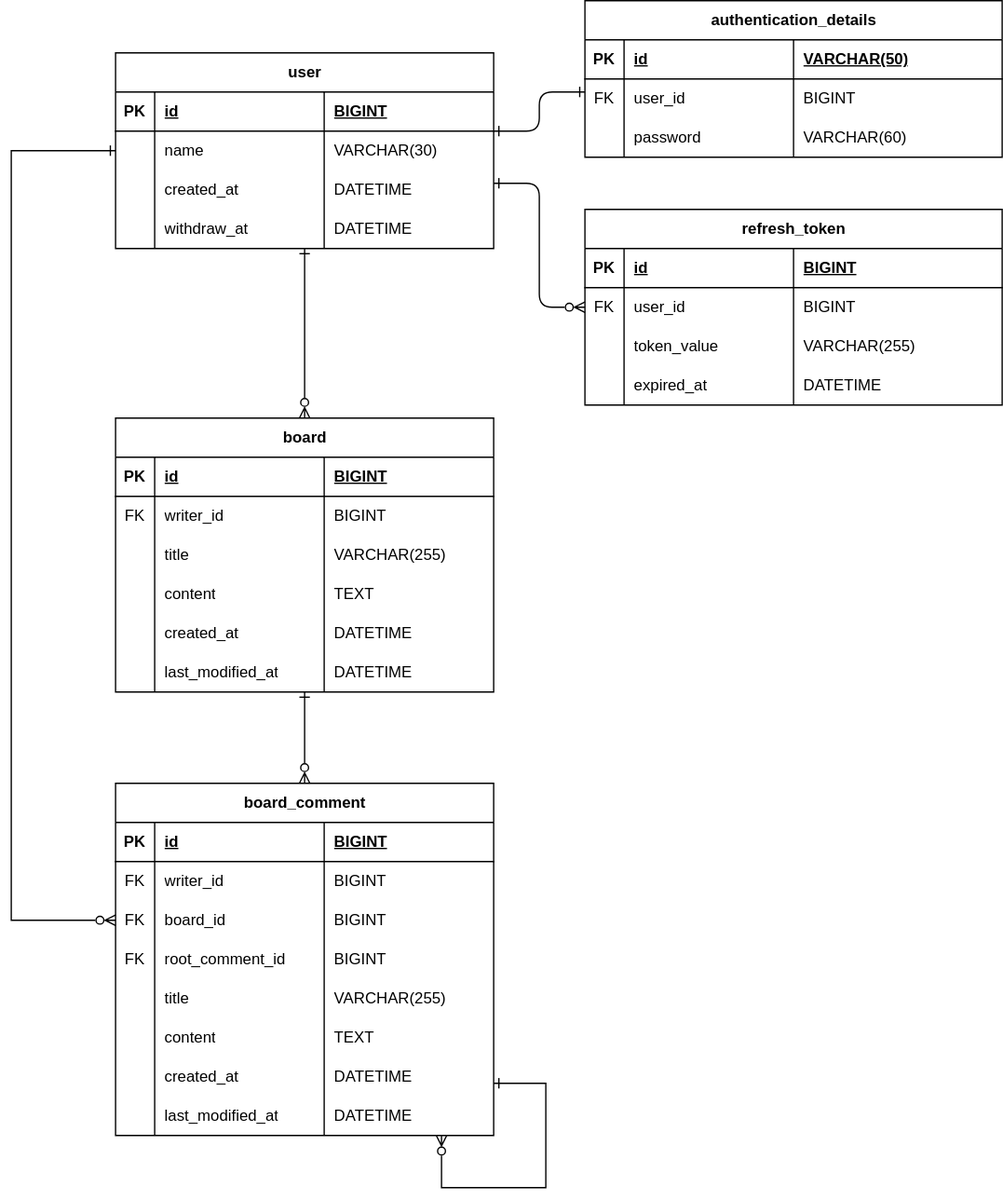
This is docs/erd.svg from Jeongyounghyeon/expandable-application, a draw.io export, as it was before one commit. Source tidied: cells renumbered, new cells last; positions are measured from the earlier drawing's top-left corner, leaving out a move shared by most shapes.
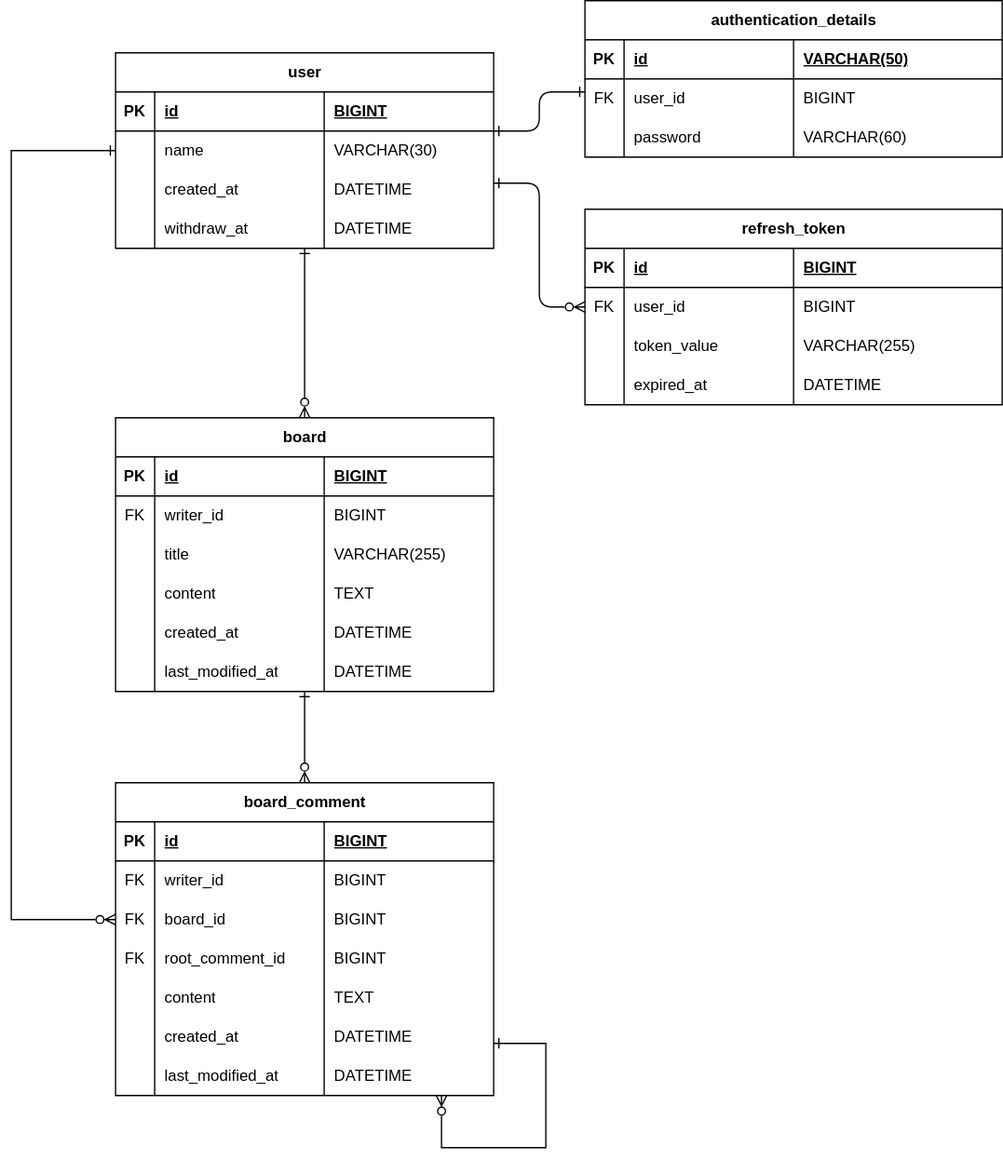
After the change.

Commit message:
feat: 댓글 테이블 제목 컬럼 제거

What changed in the source:
```diff
@@ -238,7 +238,7 @@
       <mxGeometry x="160" width="130" height="30" as="geometry" />
     </mxCell>
     <mxCell id="77" value="board_comment" style="shape=table;startSize=30;rowLines=0;fontStyle=1;align=center;html=1;" parent="1" vertex="1">
-      <mxGeometry x="80" y="600" width="290" height="270" as="geometry" />
+      <mxGeometry x="80" y="600" width="290" height="240" as="geometry" />
     </mxCell>
     <mxCell id="78" style="shape=tableRow;horizontal=0;startSize=0;swimlaneHead=0;swimlaneBody=0;fillColor=none;top=0;left=0;right=0;bottom=1;" parent="77" vertex="1">
       <mxGeometry y="30" width="290" height="30" as="geometry" />
@@ -288,20 +288,8 @@
     <mxCell id="93" value="BIGINT" style="shape=partialRectangle;fillColor=none;top=0;left=0;bottom=0;right=0;align=left;spacingLeft=6;overflow=hidden;whiteSpace=wrap;html=1;" parent="90" vertex="1">
       <mxGeometry x="160" width="130" height="30" as="geometry" />
     </mxCell>
-    <mxCell id="94" style="shape=tableRow;horizontal=0;startSize=0;swimlaneHead=0;swimlaneBody=0;fillColor=none;top=0;left=0;right=0;bottom=0;" parent="77" vertex="1">
-      <mxGeometry y="150" width="290" height="30" as="geometry" />
-    </mxCell>
-    <mxCell id="95" style="shape=partialRectangle;fillColor=none;top=0;left=0;bottom=0;right=0;overflow=hidden;whiteSpace=wrap;html=1;" parent="94" vertex="1">
-      <mxGeometry width="30" height="30" as="geometry" />
-    </mxCell>
-    <mxCell id="96" value="title" style="shape=partialRectangle;fillColor=none;top=0;left=0;bottom=0;right=0;align=left;spacingLeft=6;overflow=hidden;whiteSpace=wrap;html=1;" parent="94" vertex="1">
-      <mxGeometry x="30" width="130" height="30" as="geometry" />
-    </mxCell>
-    <mxCell id="97" value="VARCHAR(255)" style="shape=partialRectangle;fillColor=none;top=0;left=0;bottom=0;right=0;align=left;spacingLeft=6;overflow=hidden;whiteSpace=wrap;html=1;" parent="94" vertex="1">
-      <mxGeometry x="160" width="130" height="30" as="geometry" />
-    </mxCell>
     <mxCell id="98" style="shape=tableRow;horizontal=0;startSize=0;swimlaneHead=0;swimlaneBody=0;fillColor=none;top=0;left=0;right=0;bottom=0;" parent="77" vertex="1">
-      <mxGeometry y="180" width="290" height="30" as="geometry" />
+      <mxGeometry y="150" width="290" height="30" as="geometry" />
     </mxCell>
     <mxCell id="99" style="shape=partialRectangle;fillColor=none;top=0;left=0;bottom=0;right=0;overflow=hidden;whiteSpace=wrap;html=1;" parent="98" vertex="1">
       <mxGeometry width="30" height="30" as="geometry" />
@@ -313,7 +301,7 @@
       <mxGeometry x="160" width="130" height="30" as="geometry" />
     </mxCell>
     <mxCell id="102" style="shape=tableRow;horizontal=0;startSize=0;swimlaneHead=0;swimlaneBody=0;fillColor=none;top=0;left=0;right=0;bottom=0;" parent="77" vertex="1">
-      <mxGeometry y="210" width="290" height="30" as="geometry" />
+      <mxGeometry y="180" width="290" height="30" as="geometry" />
     </mxCell>
     <mxCell id="103" style="shape=partialRectangle;fillColor=none;top=0;left=0;bottom=0;right=0;overflow=hidden;whiteSpace=wrap;html=1;" parent="102" vertex="1">
       <mxGeometry width="30" height="30" as="geometry" />
@@ -325,7 +313,7 @@
       <mxGeometry x="160" width="130" height="30" as="geometry" />
     </mxCell>
     <mxCell id="106" style="shape=tableRow;horizontal=0;startSize=0;swimlaneHead=0;swimlaneBody=0;fillColor=none;top=0;left=0;right=0;bottom=0;" parent="77" vertex="1">
-      <mxGeometry y="240" width="290" height="30" as="geometry" />
+      <mxGeometry y="210" width="290" height="30" as="geometry" />
     </mxCell>
     <mxCell id="107" style="shape=partialRectangle;fillColor=none;top=0;left=0;bottom=0;right=0;overflow=hidden;whiteSpace=wrap;html=1;" parent="106" vertex="1">
       <mxGeometry width="30" height="30" as="geometry" />
@@ -342,9 +330,9 @@
     <mxCell id="111" style="edgeStyle=orthogonalEdgeStyle;rounded=0;orthogonalLoop=1;jettySize=auto;html=1;startArrow=ERone;startFill=0;endArrow=ERzeroToMany;endFill=0;" parent="1" edge="1" source="77" target="77">
       <mxGeometry relative="1" as="geometry">
         <Array as="points">
-          <mxPoint x="410" y="830" />
-          <mxPoint x="410" y="910" />
-          <mxPoint x="330" y="910" />
+          <mxPoint x="410" y="800" />
+          <mxPoint x="410" y="880" />
+          <mxPoint x="330" y="880" />
         </Array>
       </mxGeometry>
     </mxCell>
```
